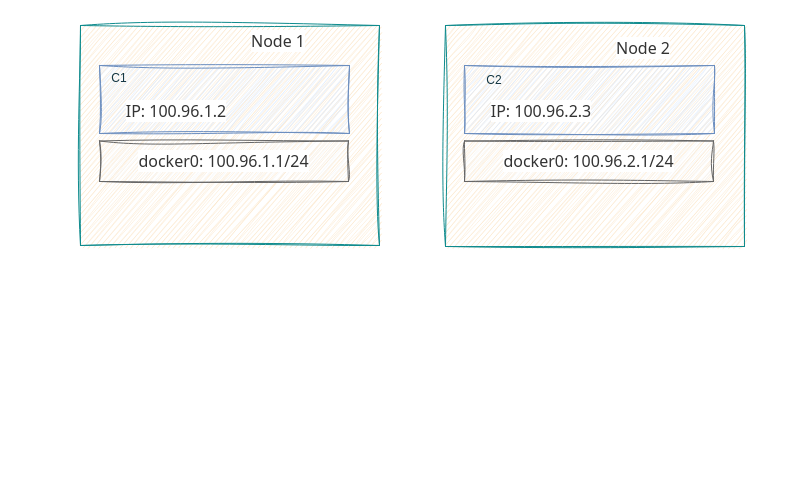
onceMisery/draw keeps this draw.io diagram as k8s-network.drawio. Above is the earlier version. Source tidied: cells renumbered, new cells numbered last; positions are measured from the earlier drawing's top-left corner, leaving out a move shared by most shapes. Both pictures are drawn from the tidied source at 100%, with x=0, y=0 at pixel (80, 25).
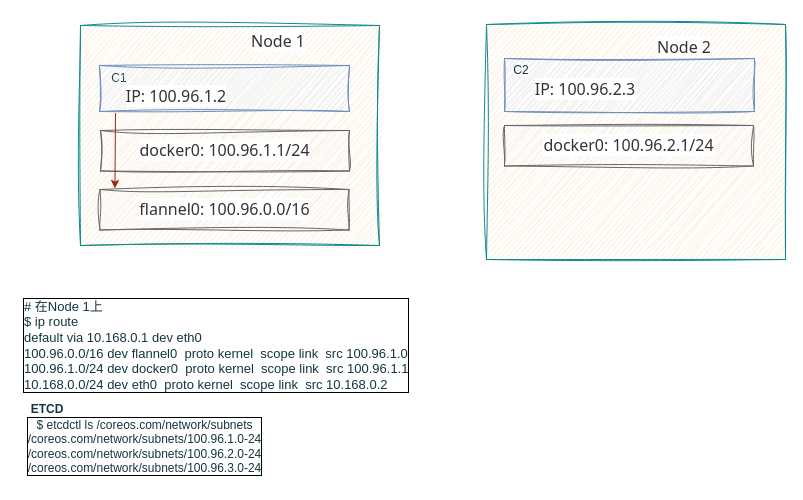
Above is the later version.

Change to the diagram source:
```diff
@@
-    <mxCell id="3" style="rounded=0;whiteSpace=wrap;html=1;strokeColor=#6c8ebf;fillColor=#dae8fc;sketch=1;curveFitting=1;jiggle=2;" parent="1" vertex="1">
-      <mxGeometry x="19" y="40" width="250" height="68" as="geometry" />
-    </mxCell>
@@
-    <mxCell id="5" value="&lt;span style=&quot;color: rgb(51, 51, 51); font-family: &amp;quot;PingFang SC&amp;quot;, Avenir, Tahoma, Arial, &amp;quot;Lantinghei SC&amp;quot;, &amp;quot;Microsoft Yahei&amp;quot;, &amp;quot;Hiragino Sans GB&amp;quot;, &amp;quot;Microsoft Sans Serif&amp;quot;, &amp;quot;WenQuanYi Micro Hei&amp;quot;, Helvetica, sans-serif; font-size: 16px; font-style: normal; font-variant-ligatures: normal; font-variant-caps: normal; font-weight: 400; letter-spacing: normal; orphans: 2; text-align: start; text-indent: 0px; text-transform: none; widows: 2; word-spacing: 0px; -webkit-text-stroke-width: 0px; white-space: normal; background-color: rgb(255, 255, 255); text-decoration-thickness: initial; text-decoration-style: initial; text-decoration-color: initial; float: none; display: inline !important;&quot;&gt;IP: 100.96.1.2&lt;/span&gt;&lt;div&gt;&lt;br&gt;&lt;/div&gt;" style="text;html=1;align=center;verticalAlign=middle;whiteSpace=wrap;rounded=0;fontColor=#143642;" parent="1" vertex="1">
-      <mxGeometry x="24" y="78" width="144" height="30" as="geometry" />
-    </mxCell>
     <mxCell id="6" value="&lt;span style=&quot;color: rgb(51, 51, 51); font-family: &amp;quot;PingFang SC&amp;quot;, Avenir, Tahoma, Arial, &amp;quot;Lantinghei SC&amp;quot;, &amp;quot;Microsoft Yahei&amp;quot;, &amp;quot;Hiragino Sans GB&amp;quot;, &amp;quot;Microsoft Sans Serif&amp;quot;, &amp;quot;WenQuanYi Micro Hei&amp;quot;, Helvetica, sans-serif; font-size: 16px; text-align: start; background-color: rgb(255, 255, 255); float: none; display: inline !important;&quot;&gt;docker0:&amp;nbsp;&lt;/span&gt;&lt;span style=&quot;background-color: rgb(255, 255, 255); color: rgb(51, 51, 51); font-family: &amp;quot;PingFang SC&amp;quot;, Avenir, Tahoma, Arial, &amp;quot;Lantinghei SC&amp;quot;, &amp;quot;Microsoft Yahei&amp;quot;, &amp;quot;Hiragino Sans GB&amp;quot;, &amp;quot;Microsoft Sans Serif&amp;quot;, &amp;quot;WenQuanYi Micro Hei&amp;quot;, Helvetica, sans-serif; font-size: 16px; text-align: start;&quot;&gt;100.96.1.1/24&lt;/span&gt;" style="rounded=0;whiteSpace=wrap;html=1;strokeColor=#666666;fontColor=#333333;fillColor=#f5f5f5;sketch=1;curveFitting=1;jiggle=2;" parent="1" vertex="1">
-      <mxGeometry x="19" y="115.5" width="249" height="40.5" as="geometry" />
+      <mxGeometry x="20" y="105" width="249" height="40.5" as="geometry" />
     </mxCell>
     <mxCell id="7" style="rounded=0;whiteSpace=wrap;html=1;strokeColor=#0F8B8D;fontColor=#143642;fillColor=#FAE5C7;sketch=1;curveFitting=1;jiggle=2;" parent="1" vertex="1">
-      <mxGeometry x="365" width="299" height="221" as="geometry" />
+      <mxGeometry x="406" y="-1" width="299" height="235" as="geometry" />
     </mxCell>
     <mxCell id="8" style="rounded=0;whiteSpace=wrap;html=1;strokeColor=#6c8ebf;fillColor=#dae8fc;sketch=1;curveFitting=1;jiggle=2;" parent="1" vertex="1">
-      <mxGeometry x="384" y="40" width="250" height="68" as="geometry" />
+      <mxGeometry x="424" y="33" width="250" height="53" as="geometry" />
     </mxCell>
     <mxCell id="9" value="&lt;br&gt;&lt;span style=&quot;color: rgb(51, 51, 51); font-family: &amp;quot;PingFang SC&amp;quot;, Avenir, Tahoma, Arial, &amp;quot;Lantinghei SC&amp;quot;, &amp;quot;Microsoft Yahei&amp;quot;, &amp;quot;Hiragino Sans GB&amp;quot;, &amp;quot;Microsoft Sans Serif&amp;quot;, &amp;quot;WenQuanYi Micro Hei&amp;quot;, Helvetica, sans-serif; font-size: 16px; font-style: normal; font-variant-ligatures: normal; font-variant-caps: normal; font-weight: 400; letter-spacing: normal; orphans: 2; text-align: start; text-indent: 0px; text-transform: none; widows: 2; word-spacing: 0px; -webkit-text-stroke-width: 0px; white-space: normal; background-color: rgb(255, 255, 255); text-decoration-thickness: initial; text-decoration-style: initial; text-decoration-color: initial; float: none; display: inline !important;&quot;&gt;Node 2&lt;/span&gt;&lt;div&gt;&lt;br/&gt;&lt;/div&gt;" style="text;html=1;align=center;verticalAlign=middle;whiteSpace=wrap;rounded=0;fontColor=#143642;" parent="1" vertex="1">
-      <mxGeometry x="533" y="8" width="60" height="30" as="geometry" />
+      <mxGeometry x="574" y="7" width="60" height="30" as="geometry" />
     </mxCell>
     <mxCell id="10" value="&lt;span style=&quot;color: rgb(51, 51, 51); font-family: &amp;quot;PingFang SC&amp;quot;, Avenir, Tahoma, Arial, &amp;quot;Lantinghei SC&amp;quot;, &amp;quot;Microsoft Yahei&amp;quot;, &amp;quot;Hiragino Sans GB&amp;quot;, &amp;quot;Microsoft Sans Serif&amp;quot;, &amp;quot;WenQuanYi Micro Hei&amp;quot;, Helvetica, sans-serif; font-size: 16px; font-style: normal; font-variant-ligatures: normal; font-variant-caps: normal; font-weight: 400; letter-spacing: normal; orphans: 2; text-align: start; text-indent: 0px; text-transform: none; widows: 2; word-spacing: 0px; -webkit-text-stroke-width: 0px; white-space: normal; background-color: rgb(255, 255, 255); text-decoration-thickness: initial; text-decoration-style: initial; text-decoration-color: initial; float: none; display: inline !important;&quot;&gt;IP: 100.96.2.3&lt;/span&gt;&lt;div&gt;&lt;br&gt;&lt;/div&gt;" style="text;html=1;align=center;verticalAlign=middle;whiteSpace=wrap;rounded=0;fontColor=#143642;" parent="1" vertex="1">
-      <mxGeometry x="389" y="78" width="144" height="30" as="geometry" />
+      <mxGeometry x="433" y="56" width="144" height="30" as="geometry" />
     </mxCell>
     <mxCell id="11" value="&lt;span style=&quot;color: rgb(51, 51, 51); font-family: &amp;quot;PingFang SC&amp;quot;, Avenir, Tahoma, Arial, &amp;quot;Lantinghei SC&amp;quot;, &amp;quot;Microsoft Yahei&amp;quot;, &amp;quot;Hiragino Sans GB&amp;quot;, &amp;quot;Microsoft Sans Serif&amp;quot;, &amp;quot;WenQuanYi Micro Hei&amp;quot;, Helvetica, sans-serif; font-size: 16px; text-align: start; background-color: rgb(255, 255, 255); float: none; display: inline !important;&quot;&gt;docker0:&amp;nbsp;&lt;/span&gt;&lt;span style=&quot;background-color: rgb(255, 255, 255); color: rgb(51, 51, 51); font-family: &amp;quot;PingFang SC&amp;quot;, Avenir, Tahoma, Arial, &amp;quot;Lantinghei SC&amp;quot;, &amp;quot;Microsoft Yahei&amp;quot;, &amp;quot;Hiragino Sans GB&amp;quot;, &amp;quot;Microsoft Sans Serif&amp;quot;, &amp;quot;WenQuanYi Micro Hei&amp;quot;, Helvetica, sans-serif; font-size: 16px; text-align: start;&quot;&gt;100.96.2.1/24&lt;/span&gt;" style="rounded=0;whiteSpace=wrap;html=1;strokeColor=#666666;fontColor=#333333;fillColor=#f5f5f5;sketch=1;curveFitting=1;jiggle=2;" parent="1" vertex="1">
-      <mxGeometry x="384" y="115.5" width="249" height="40.5" as="geometry" />
+      <mxGeometry x="424" y="100" width="249" height="40.5" as="geometry" />
     </mxCell>
@@
     <mxCell id="13" value="C2" style="text;html=1;align=center;verticalAlign=middle;whiteSpace=wrap;rounded=0;fontColor=#143642;" parent="1" vertex="1">
-      <mxGeometry x="384" y="40" width="60" height="30" as="geometry" />
+      <mxGeometry x="411" y="30" width="60" height="30" as="geometry" />
     </mxCell>
+    <mxCell id="14" value="&lt;div&gt;# 在Node 1上&lt;/div&gt;&lt;div&gt;$ ip route&lt;/div&gt;&lt;div&gt;default via 10.168.0.1 dev eth0&lt;/div&gt;&lt;div&gt;100.96.0.0/16 dev flannel0&amp;nbsp; proto kernel&amp;nbsp; scope link&amp;nbsp; src 100.96.1.0&lt;/div&gt;&lt;div&gt;100.96.1.0/24 dev docker0&amp;nbsp; proto kernel&amp;nbsp; scope link&amp;nbsp; src 100.96.1.1&lt;/div&gt;&lt;div&gt;10.168.0.0/24 dev eth0&amp;nbsp; proto kernel&amp;nbsp; scope link&amp;nbsp; src 10.168.0.2&lt;/div&gt;" style="text;html=1;align=left;verticalAlign=middle;whiteSpace=wrap;rounded=0;fontColor=#143642;fontSize=13;labelBorderColor=default;" parent="1" vertex="1">
+      <mxGeometry x="-59" y="268" width="399" height="103" as="geometry" />
+    </mxCell>
+    <mxCell id="15" value="&lt;span style=&quot;color: rgb(51, 51, 51); font-family: &amp;quot;PingFang SC&amp;quot;, Avenir, Tahoma, Arial, &amp;quot;Lantinghei SC&amp;quot;, &amp;quot;Microsoft Yahei&amp;quot;, &amp;quot;Hiragino Sans GB&amp;quot;, &amp;quot;Microsoft Sans Serif&amp;quot;, &amp;quot;WenQuanYi Micro Hei&amp;quot;, Helvetica, sans-serif; font-size: 16px; text-align: start; background-color: rgb(255, 255, 255); float: none; display: inline !important;&quot;&gt;flannel0:&amp;nbsp;&lt;/span&gt;&lt;span style=&quot;background-color: rgb(255, 255, 255); color: rgb(51, 51, 51); font-family: &amp;quot;PingFang SC&amp;quot;, Avenir, Tahoma, Arial, &amp;quot;Lantinghei SC&amp;quot;, &amp;quot;Microsoft Yahei&amp;quot;, &amp;quot;Hiragino Sans GB&amp;quot;, &amp;quot;Microsoft Sans Serif&amp;quot;, &amp;quot;WenQuanYi Micro Hei&amp;quot;, Helvetica, sans-serif; font-size: 16px; text-align: start;&quot;&gt;100.96.0.0/16&lt;/span&gt;" style="rounded=0;whiteSpace=wrap;html=1;strokeColor=#666666;fontColor=#333333;fillColor=#f5f5f5;sketch=1;curveFitting=1;jiggle=2;" parent="1" vertex="1">
+      <mxGeometry x="19.5" y="164" width="249" height="40.5" as="geometry" />
+    </mxCell>
+    <mxCell id="16" style="group;" parent="1" vertex="1">
+      <mxGeometry x="19" y="40" width="250" height="53" as="geometry" />
+    </mxCell>
+    <mxCell id="3" style="rounded=0;whiteSpace=wrap;html=1;strokeColor=#6c8ebf;fillColor=#dae8fc;sketch=1;curveFitting=1;jiggle=2;" parent="16" vertex="1">
+      <mxGeometry width="250" height="46" as="geometry" />
+    </mxCell>
+    <mxCell id="5" value="&lt;span style=&quot;color: rgb(51, 51, 51); font-family: &amp;quot;PingFang SC&amp;quot;, Avenir, Tahoma, Arial, &amp;quot;Lantinghei SC&amp;quot;, &amp;quot;Microsoft Yahei&amp;quot;, &amp;quot;Hiragino Sans GB&amp;quot;, &amp;quot;Microsoft Sans Serif&amp;quot;, &amp;quot;WenQuanYi Micro Hei&amp;quot;, Helvetica, sans-serif; font-size: 16px; font-style: normal; font-variant-ligatures: normal; font-variant-caps: normal; font-weight: 400; letter-spacing: normal; orphans: 2; text-align: start; text-indent: 0px; text-transform: none; widows: 2; word-spacing: 0px; -webkit-text-stroke-width: 0px; white-space: normal; background-color: rgb(255, 255, 255); text-decoration-thickness: initial; text-decoration-style: initial; text-decoration-color: initial; float: none; display: inline !important;&quot;&gt;IP: 100.96.1.2&lt;/span&gt;&lt;div&gt;&lt;br&gt;&lt;/div&gt;" style="text;html=1;align=center;verticalAlign=middle;whiteSpace=wrap;rounded=0;fontColor=#143642;" parent="16" vertex="1">
+      <mxGeometry x="5" y="23" width="144" height="30" as="geometry" />
+    </mxCell>
+    <mxCell id="17" style="endArrow=classic;html=1;rounded=0;strokeColor=#A8201A;fontColor=#143642;fillColor=#FAE5C7;entryX=0.06;entryY=-0.025;entryDx=0;entryDy=0;entryPerimeter=0;" parent="1" edge="1" target="15">
+      <mxGeometry relative="1" as="geometry">
+        <mxPoint x="35" y="87.5" as="sourcePoint" />
+      </mxGeometry>
+    </mxCell>
+    <mxCell id="18" value="&lt;div&gt;$ etcdctl ls /coreos.com/network/subnets&lt;/div&gt;&lt;div&gt;/coreos.com/network/subnets/100.96.1.0-24&lt;/div&gt;&lt;div&gt;/coreos.com/network/subnets/100.96.2.0-24&lt;/div&gt;&lt;div&gt;/coreos.com/network/subnets/100.96.3.0-24&lt;/div&gt;" style="text;html=1;align=center;verticalAlign=middle;whiteSpace=wrap;rounded=0;fontColor=#143642;labelBorderColor=default;" parent="1" vertex="1">
+      <mxGeometry x="-59" y="383" width="247" height="75" as="geometry" />
+    </mxCell>
+    <mxCell id="19" value="ETCD" style="text;html=1;align=center;verticalAlign=middle;whiteSpace=wrap;rounded=0;fontColor=#143642;fontStyle=1;" parent="1" vertex="1">
+      <mxGeometry x="-63" y="369" width="60" height="30" as="geometry" />
+    </mxCell>
```
